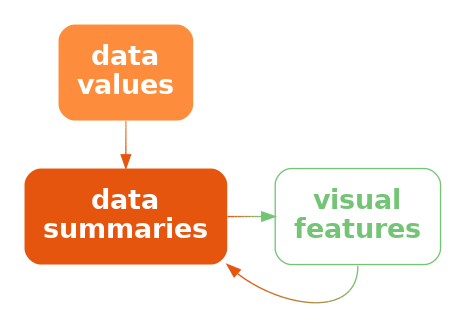
Above: Diagrams/stat-vis-decode.png in pmur002/hdvw (Graphviz), before the change. Its source is kept beside it as Diagrams/stat-vis-decode.dot.
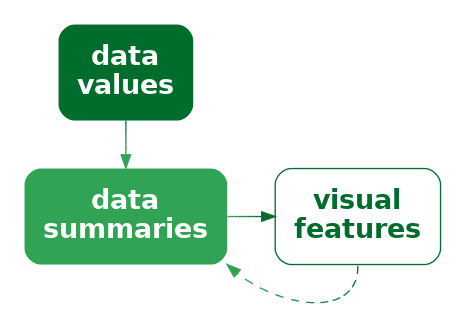
After the commit.

Diff of the diagram source:
```diff
@@ -1,12 +1,12 @@
 digraph {
   graph [ rankdir=LR; margin=.2; nodesep=.5 ];
   node [ fontsize=20; fontname="sans bold"; margin=.2 ];
-  data [ label="data\nvalues"; shape=box; style="filled, rounded"; penwidth=0; fontcolor=white; fillcolor="#FD8D3C" ]
-  stat [ label="data\nsummaries"; shape=box; style="filled, rounded"; penwidth=0; fontcolor=white; fillcolor="#E6550D" ]
+  data [ label="data\nvalues"; shape=box; style="filled, rounded"; penwidth=0; fontcolor=white; fillcolor="#006D2C" ]
+  stat [ label="data\nsummaries"; shape=box; style="filled, rounded"; penwidth=0; fontcolor=white; fillcolor="#31A354" ]
   vis [ label="visual\nfeatures"; shape=box;
-     style="rounded"; color="#74C476"; fontcolor="#74C476" ]
-  data -> stat [ style="solid"; penwidth=1; color="#FD8D3C;0.1:#FA8737;0.1:#F88132;0.1:#F57A2C;0.1:#F37427;0.1:#F06E22;0.1:#EE681D;0.1:#EB6117;0.1:#E95B12;0.1:#E6550D;0.1" ]
-  stat -> vis [ style="bold"; penwidth=1; color="#E6550D;0.1:#D96119;0.1:#CD6E24;0.1:#C07A30;0.1:#B3863C;0.1:#A79347;0.1:#9A9F53;0.1:#8DAB5F;0.1:#81B86A;0.1:#74C476;0.1" ]
-  vis:s -> stat:se [ style="solid", color="#74C476;0.1:#81B86A;0.1:#8DAB5F;0.1:#9A9F53;0.1:#A79347;0.1:#B3863C;0.1:#C07A30;0.1:#CD6E24;0.1:#D96119;0.1:#E6550D;0.1" ]
+     style="rounded"; color="#006D2C"; fontcolor="#006D2C" ]
+  data -> stat [ style="solid"; penwidth=1; color="#006D2C;0.1:#057330;0.1:#0B7935;0.1:#107F39;0.1:#16853E;0.1:#1B8B42;0.1:#219147;0.1:#26974B;0.1:#2C9D50;0.1:#31A354;0.1" ]
+  stat -> vis [ style="bold"; penwidth=1; color="#31A354;0.1:#2C9D50;0.1:#26974B;0.1:#219147;0.1:#1B8B42;0.1:#16853E;0.1:#107F39;0.1:#0B7935;0.1:#057330;0.1:#006D2C;0.1" ]
+  vis:s -> stat:se [ style="dashed", color="#006D2C;0.1:#057330;0.1:#0B7935;0.1:#107F39;0.1:#16853E;0.1:#1B8B42;0.1:#219147;0.1:#26974B;0.1:#2C9D50;0.1:#31A354;0.1" ]
 { rank=same; data, stat }
 }
```
